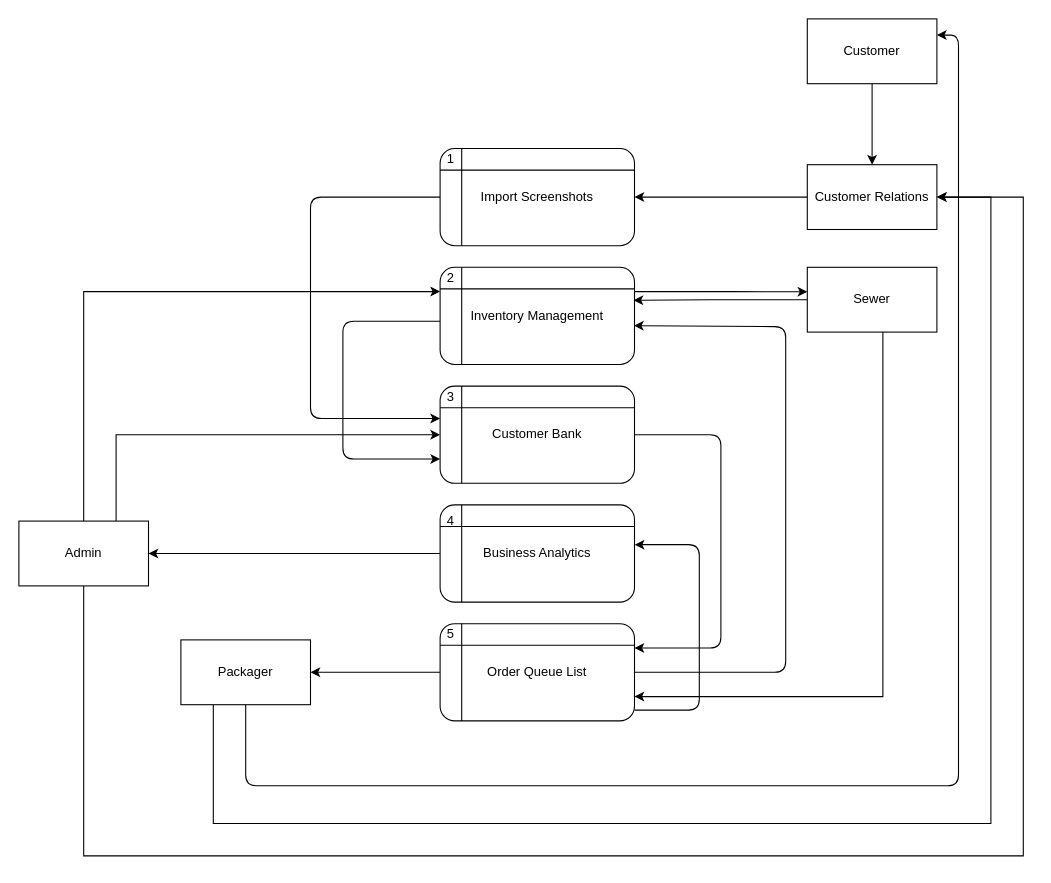
Before: page "Level 1 DFD" (2 of 7) of DFD DIAGRAMS.drawio in BryanFabellore/Team_SPOTLIGHT, a draw.io diagram. Source tidied: cells renumbered, new cells numbered last; positions are measured from the earlier drawing's top-left corner, leaving out a move shared by most shapes. Both pictures are drawn from the tidied source at 108%, with x=0, y=0 at pixel (18, 18).
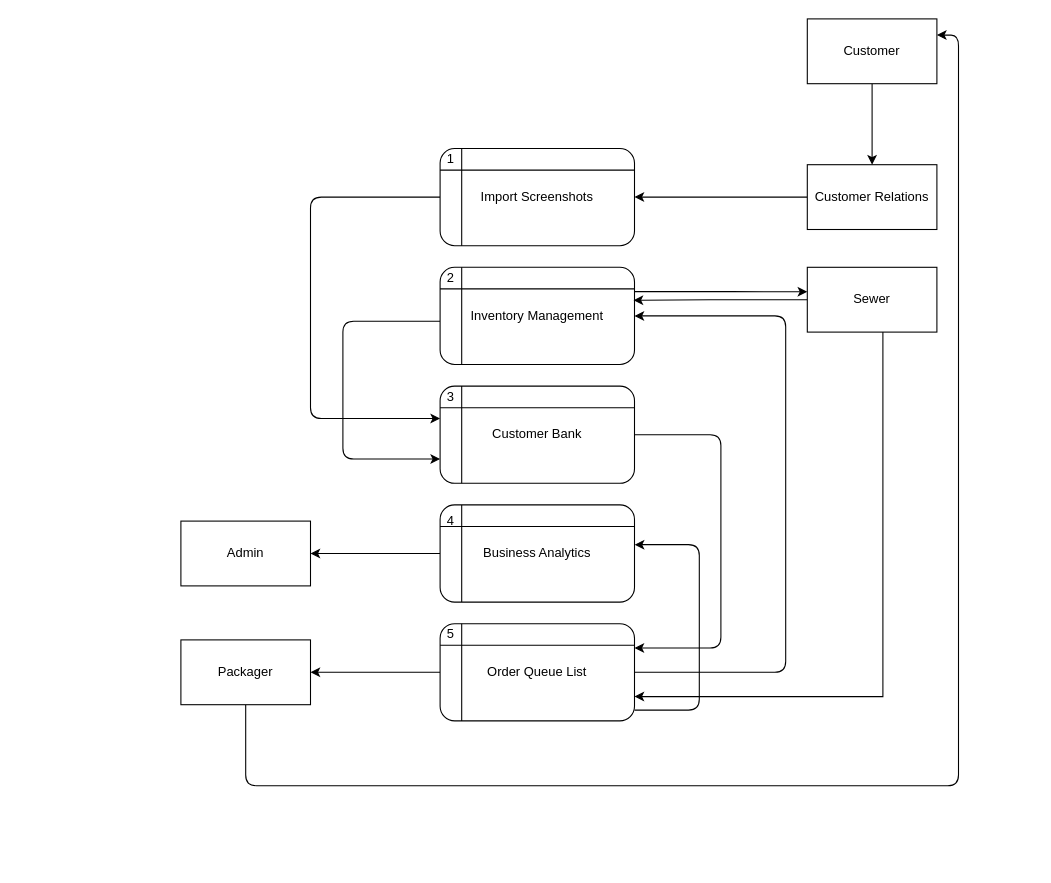
After the change.

The change refers to these unchanged cells:
```xml
<mxCell id="4" value="Inventory Management" style="shape=internalStorage;whiteSpace=wrap;html=1;backgroundOutline=1;rounded=1;strokeColor=default;fontFamily=Helvetica;fontSize=12;fontColor=default;fillColor=#FFFFFF;" parent="1" vertex="1">
  <mxGeometry x="390" y="230" width="180" height="90" as="geometry" />
</mxCell>
<mxCell id="6" value="Customer Bank" style="shape=internalStorage;whiteSpace=wrap;html=1;backgroundOutline=1;rounded=1;strokeColor=default;fontFamily=Helvetica;fontSize=12;fontColor=default;fillColor=#FFFFFF;" parent="1" vertex="1">
  <mxGeometry x="390" y="340" width="180" height="90" as="geometry" />
</mxCell>
<mxCell id="12" value="Customer Relations" style="rounded=0;whiteSpace=wrap;html=1;strokeColor=default;fontFamily=Helvetica;fontSize=12;fontColor=default;fillColor=#FFFFFF;" parent="1" vertex="1">
  <mxGeometry x="730" y="135" width="120" height="60" as="geometry" />
</mxCell>
<mxCell id="22" value="Packager" style="rounded=0;whiteSpace=wrap;html=1;strokeColor=default;fontFamily=Helvetica;fontSize=12;fontColor=default;fillColor=#FFFFFF;" parent="1" vertex="1">
  <mxGeometry x="150" y="575" width="120" height="60" as="geometry" />
</mxCell>
<mxCell id="28" value="Order Queue List" style="shape=internalStorage;whiteSpace=wrap;html=1;backgroundOutline=1;rounded=1;strokeColor=default;fontFamily=Helvetica;fontSize=12;fontColor=default;fillColor=#FFFFFF;" parent="1" vertex="1">
  <mxGeometry x="390" y="560" width="180" height="90" as="geometry" />
</mxCell>
```

The edit, as a diff of the source:
```diff
@@
-    <mxCell id="13" style="edgeStyle=orthogonalEdgeStyle;rounded=0;jettySize=auto;html=1;exitX=0.5;exitY=1;exitDx=0;exitDy=0;entryX=1;entryY=0.5;entryDx=0;entryDy=0;" parent="1" edge="1" source="16" target="12">
-      <mxGeometry relative="1" as="geometry">
-        <Array as="points">
-          <mxPoint x="60" y="775" />
-          <mxPoint x="930" y="775" />
-          <mxPoint x="930" y="165" />
-        </Array>
-      </mxGeometry>
-    </mxCell>
-    <mxCell id="14" style="edgeStyle=orthogonalEdgeStyle;rounded=0;jettySize=auto;html=1;exitX=0.75;exitY=0;exitDx=0;exitDy=0;entryX=0;entryY=0.5;entryDx=0;entryDy=0;" parent="1" edge="1" source="16" target="6">
-      <mxGeometry relative="1" as="geometry" />
-    </mxCell>
-    <mxCell id="15" style="edgeStyle=orthogonalEdgeStyle;rounded=0;jettySize=auto;html=1;exitX=0.5;exitY=0;exitDx=0;exitDy=0;entryX=0;entryY=0.25;entryDx=0;entryDy=0;" parent="1" edge="1" source="16" target="4">
-      <mxGeometry relative="1" as="geometry" />
-    </mxCell>
     <mxCell id="16" value="Admin" style="rounded=0;whiteSpace=wrap;html=1;strokeColor=default;fontFamily=Helvetica;fontSize=12;fontColor=default;fillColor=#FFFFFF;" parent="1" vertex="1">
-      <mxGeometry y="465" width="120" height="60" as="geometry" />
+      <mxGeometry x="150" y="465" width="120" height="60" as="geometry" />
     </mxCell>
@@
-    <mxCell id="21" style="edgeStyle=orthogonalEdgeStyle;rounded=0;jettySize=auto;html=1;exitX=0.25;exitY=1;exitDx=0;exitDy=0;entryX=1;entryY=0.5;entryDx=0;entryDy=0;" parent="1" edge="1" source="22" target="12">
-      <mxGeometry relative="1" as="geometry">
-        <Array as="points">
-          <mxPoint x="180" y="745" />
-          <mxPoint x="900" y="745" />
-          <mxPoint x="900" y="165" />
-        </Array>
-      </mxGeometry>
-    </mxCell>
@@
-    <mxCell id="26" style="edgeStyle=orthogonalEdgeStyle;rounded=1;jettySize=auto;html=1;entryX=0.997;entryY=0.6;entryDx=0;entryDy=0;fontFamily=Helvetica;fontSize=12;fontColor=default;entryPerimeter=0;" parent="1" edge="1" source="28" target="4">
+    <mxCell id="26" style="edgeStyle=orthogonalEdgeStyle;rounded=1;jettySize=auto;html=1;entryX=1;entryY=0.5;entryDx=0;entryDy=0;fontFamily=Helvetica;fontSize=12;fontColor=default;" parent="1" edge="1" source="28" target="4">
       <mxGeometry relative="1" as="geometry">
         <Array as="points">
           <mxPoint x="710" y="605" />
-          <mxPoint x="710" y="285" />
-          <mxPoint x="569" y="285" />
+          <mxPoint x="710" y="275" />
         </Array>
       </mxGeometry>
     </mxCell>
```
